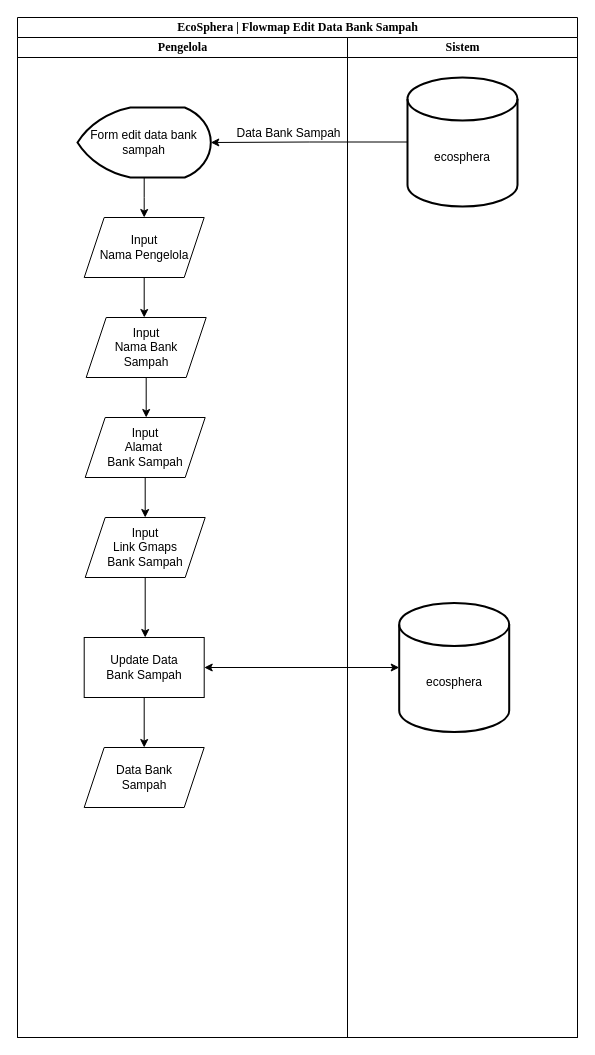
Earlier version of the draw.io diagram flowmap/flowmap_edit_bankSampah.drawio (Ainzu-kun/EcoSphera). Source tidied: cells renumbered, new cells numbered last; positions are measured from the earlier drawing's top-left corner, leaving out a move shared by most shapes. Both pictures are drawn from the tidied source at 100%, with x=0, y=0 at pixel (17, 17).
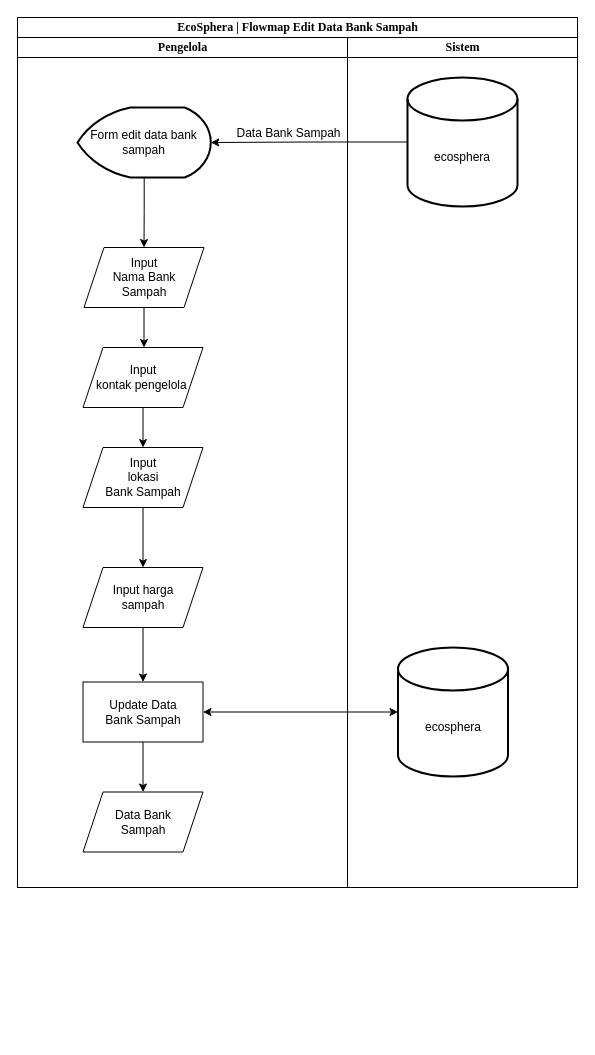
The same page after the edit.

The change refers to these unchanged cells:
```xml
<mxCell id="7" value="Form edit data bank sampah" style="strokeWidth=2;html=1;shape=mxgraph.flowchart.display;whiteSpace=wrap;" parent="4" vertex="1">
  <mxGeometry x="60" y="70" width="133.3" height="70" as="geometry" />
</mxCell>
```

The edit, as a diff of the source:
```diff
@@
     <mxCell id="2" value="&lt;font style=&quot;font-size: 12px;&quot;&gt;EcoSphera | Flowmap Edit Data Bank Sampah&lt;/font&gt;" style="swimlane;html=1;startSize=20;rounded=0;shadow=0;labelBackgroundColor=none;strokeWidth=1;fontFamily=Times New Roman;fontSize=8;align=center;" parent="1" vertex="1">
-      <mxGeometry width="560" height="1020" as="geometry" />
+      <mxGeometry width="560" height="870" as="geometry" />
     </mxCell>
@@
     <mxCell id="4" value="Pengelola" style="swimlane;html=1;startSize=20;fontFamily=Times New Roman;" parent="2" vertex="1">
-      <mxGeometry y="20" width="330" height="1000" as="geometry" />
+      <mxGeometry y="20" width="330" height="850" as="geometry" />
     </mxCell>
@@
-    <mxCell id="6" style="edgeStyle=orthogonalEdgeStyle;rounded=0;jettySize=auto;html=1;entryX=0.5;entryY=0;entryDx=0;entryDy=0;" parent="4" edge="1" source="7" target="8">
-      <mxGeometry relative="1" as="geometry" />
-    </mxCell>
+    <mxCell id="24" style="edgeStyle=orthogonalEdgeStyle;rounded=0;jettySize=auto;html=1;entryX=0.5;entryY=0;entryDx=0;entryDy=0;" parent="4" edge="1" source="7" target="9">
+      <mxGeometry relative="1" as="geometry" />
+    </mxCell>
@@
-    <mxCell id="8" value="Input&lt;br&gt;Nama Pengelola" style="shape=parallelogram;perimeter=parallelogramPerimeter;whiteSpace=wrap;html=1;fixedSize=1;" parent="4" vertex="1">
-      <mxGeometry x="66.7" y="180" width="120" height="60" as="geometry" />
-    </mxCell>
     <mxCell id="9" value="Input&lt;br&gt;Nama Bank&lt;br&gt;Sampah" style="shape=parallelogram;perimeter=parallelogramPerimeter;whiteSpace=wrap;html=1;fixedSize=1;" parent="4" vertex="1">
-      <mxGeometry x="68.7" y="280" width="120" height="60" as="geometry" />
+      <mxGeometry x="66.5" y="210" width="120" height="60" as="geometry" />
     </mxCell>
-    <mxCell id="10" style="edgeStyle=orthogonalEdgeStyle;rounded=0;jettySize=auto;html=1;" parent="4" edge="1" source="8" target="9">
-      <mxGeometry relative="1" as="geometry">
-        <Array as="points">
-          <mxPoint x="126.7" y="240" />
-          <mxPoint x="126.7" y="240" />
-        </Array>
-      </mxGeometry>
-    </mxCell>
-    <mxCell id="11" value="Input&lt;br&gt;Alamat&amp;nbsp;&lt;br&gt;Bank Sampah" style="shape=parallelogram;perimeter=parallelogramPerimeter;whiteSpace=wrap;html=1;fixedSize=1;" parent="4" vertex="1">
-      <mxGeometry x="67.7" y="380" width="120" height="60" as="geometry" />
+    <mxCell id="11" value="Input&lt;br&gt;kontak pengelola&amp;nbsp;" style="shape=parallelogram;perimeter=parallelogramPerimeter;whiteSpace=wrap;html=1;fixedSize=1;" parent="4" vertex="1">
+      <mxGeometry x="65.5" y="310" width="120" height="60" as="geometry" />
     </mxCell>
     <mxCell id="12" style="edgeStyle=orthogonalEdgeStyle;rounded=0;jettySize=auto;html=1;" parent="4" edge="1" source="9" target="11">
       <mxGeometry relative="1" as="geometry">
         <Array as="points">
-          <mxPoint x="127.7" y="340" />
-          <mxPoint x="127.7" y="340" />
+          <mxPoint x="125.5" y="270" />
+          <mxPoint x="125.5" y="270" />
         </Array>
       </mxGeometry>
     </mxCell>
+    <mxCell id="25" style="edgeStyle=orthogonalEdgeStyle;rounded=0;jettySize=auto;html=1;" parent="4" edge="1" source="13" target="27">
+      <mxGeometry relative="1" as="geometry" />
+    </mxCell>
-    <mxCell id="13" value="Input&lt;br&gt;Link Gmaps&lt;br&gt;Bank Sampah" style="shape=parallelogram;perimeter=parallelogramPerimeter;whiteSpace=wrap;html=1;fixedSize=1;" parent="4" vertex="1">
-      <mxGeometry x="67.7" y="480" width="120" height="60" as="geometry" />
+    <mxCell id="13" value="Input&lt;br&gt;lokasi&lt;br&gt;Bank Sampah" style="shape=parallelogram;perimeter=parallelogramPerimeter;whiteSpace=wrap;html=1;fixedSize=1;" parent="4" vertex="1">
+      <mxGeometry x="65.5" y="410" width="120" height="60" as="geometry" />
     </mxCell>
@@
     <mxCell id="16" value="Update Data&lt;br&gt;Bank Sampah" style="rounded=0;whiteSpace=wrap;html=1;" parent="4" vertex="1">
-      <mxGeometry x="66.7" y="600" width="120" height="60" as="geometry" />
+      <mxGeometry x="65.5" y="644.5" width="120" height="60" as="geometry" />
     </mxCell>
-    <mxCell id="17" style="edgeStyle=orthogonalEdgeStyle;rounded=0;jettySize=auto;html=1;" parent="4" edge="1" source="13" target="16">
-      <mxGeometry relative="1" as="geometry">
-        <Array as="points">
-          <mxPoint x="126.7" y="530" />
-          <mxPoint x="126.7" y="530" />
-        </Array>
-      </mxGeometry>
-    </mxCell>
     <mxCell id="18" value="Data Bank&lt;br&gt;Sampah" style="shape=parallelogram;perimeter=parallelogramPerimeter;whiteSpace=wrap;html=1;fixedSize=1;" parent="4" vertex="1">
-      <mxGeometry x="66.7" y="710" width="120" height="60" as="geometry" />
+      <mxGeometry x="65.5" y="754.5" width="120" height="60" as="geometry" />
     </mxCell>
@@
+    <mxCell id="26" style="edgeStyle=orthogonalEdgeStyle;rounded=0;jettySize=auto;html=1;" parent="4" edge="1" source="27" target="16">
+      <mxGeometry relative="1" as="geometry" />
+    </mxCell>
+    <mxCell id="27" value="Input harga &lt;br&gt;sampah" style="shape=parallelogram;perimeter=parallelogramPerimeter;whiteSpace=wrap;html=1;fixedSize=1;" parent="4" vertex="1">
+      <mxGeometry x="65.5" y="530" width="120" height="60" as="geometry" />
+    </mxCell>
     <mxCell id="20" value="Sistem" style="swimlane;html=1;startSize=20;fontFamily=Times New Roman;" parent="2" vertex="1">
-      <mxGeometry x="330" y="20" width="230" height="1000" as="geometry" />
+      <mxGeometry x="330" y="20" width="230" height="850" as="geometry" />
     </mxCell>
     <mxCell id="21" value="&lt;div&gt;&lt;br&gt;&lt;/div&gt;&lt;div&gt;&lt;br&gt;&lt;/div&gt;ecosphera&lt;div&gt;&lt;/div&gt;" style="strokeWidth=2;html=1;shape=mxgraph.flowchart.database;whiteSpace=wrap;" parent="20" vertex="1">
-      <mxGeometry x="51.7" y="565.5" width="110" height="129" as="geometry" />
+      <mxGeometry x="50.5" y="610" width="110" height="129" as="geometry" />
     </mxCell>
```
